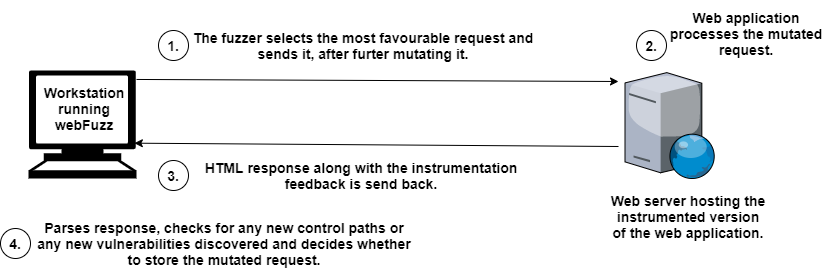
Earlier version of the draw.io export figures/images/architecture.png (mchara01/webFuzz_Thesis). Source tidied: cells renumbered, new cells last; positions are measured from the earlier drawing's top-left corner, leaving out a move shared by most shapes. Its diagram source:
```xml
<mxGraphModel>
  <root>
    <mxCell id="0" />
    <mxCell id="1" parent="0" />
    <mxCell id="2" style="shape=mxgraph.signs.tech.computer;html=1;fillColor=#000000;strokeColor=none;verticalLabelPosition=bottom;verticalAlign=top;align=center;" parent="1" vertex="1">
      <mxGeometry x="28" y="70" width="108" height="108" as="geometry" />
    </mxCell>
    <mxCell id="3" value="&lt;b&gt;&lt;font style=&quot;font-size: 14px&quot;&gt;Workstation running webFuzz&lt;/font&gt;&lt;/b&gt;" style="text;html=1;strokeColor=none;fillColor=none;align=center;verticalAlign=middle;whiteSpace=wrap;rounded=0;" parent="1" vertex="1">
      <mxGeometry x="36" y="72" width="96" height="72" as="geometry" />
    </mxCell>
    <mxCell id="4" style="verticalLabelPosition=bottom;html=1;verticalAlign=top;strokeColor=none;align=center;shape=mxgraph.citrix.web_server;" parent="1" vertex="1">
      <mxGeometry x="624.5" y="72.1" width="90" height="105.9" as="geometry" />
    </mxCell>
    <mxCell id="5" style="endArrow=classic;html=1;exitX=1;exitY=0.083;exitDx=0;exitDy=0;exitPerimeter=0;" parent="1" edge="1" source="2">
      <mxGeometry relative="1" as="geometry">
        <mxPoint x="618" y="81" as="targetPoint" />
      </mxGeometry>
    </mxCell>
    <mxCell id="6" style="endArrow=classic;html=1;entryX=0.98;entryY=0.673;entryDx=0;entryDy=0;entryPerimeter=0;" parent="1" edge="1" target="2">
      <mxGeometry relative="1" as="geometry">
        <mxPoint x="618" y="146" as="sourcePoint" />
      </mxGeometry>
    </mxCell>
    <mxCell id="7" value="&lt;b&gt;&lt;font style=&quot;font-size: 14px&quot;&gt;Web server hosting the instrumented version of the web application.&lt;/font&gt;&lt;/b&gt;" style="text;html=1;strokeColor=none;fillColor=none;align=center;verticalAlign=middle;whiteSpace=wrap;rounded=0;" parent="1" vertex="1">
      <mxGeometry x="608" y="190" width="160" height="52" as="geometry" />
    </mxCell>
    <mxCell id="8" value="&lt;b&gt;&lt;font style=&quot;font-size: 14px&quot;&gt;1.&lt;/font&gt;&lt;/b&gt;" style="ellipse;whiteSpace=wrap;html=1;" parent="1" vertex="1">
      <mxGeometry x="158" y="30" width="30" height="30" as="geometry" />
    </mxCell>
    <mxCell id="9" value="&lt;b&gt;&lt;font style=&quot;font-size: 14px&quot;&gt;The fuzzer selects the most favourable request and sends it, after furter mutating it.&lt;/font&gt;&lt;/b&gt;" style="text;html=1;strokeColor=none;fillColor=none;align=center;verticalAlign=middle;whiteSpace=wrap;rounded=0;" parent="1" vertex="1">
      <mxGeometry x="188" y="25" width="350" height="40" as="geometry" />
    </mxCell>
    <mxCell id="10" value="&lt;b&gt;&lt;font style=&quot;font-size: 14px&quot;&gt;Web application processes the mutated request.&lt;/font&gt;&lt;/b&gt;" style="text;html=1;strokeColor=none;fillColor=none;align=center;verticalAlign=middle;whiteSpace=wrap;rounded=0;" parent="1" vertex="1">
      <mxGeometry x="666" width="160" height="65" as="geometry" />
    </mxCell>
    <mxCell id="11" value="&lt;b&gt;&lt;font style=&quot;font-size: 14px&quot;&gt;HTML response along with the instrumentation feedback is send back.&lt;/font&gt;&lt;/b&gt;" style="text;html=1;strokeColor=none;fillColor=none;align=center;verticalAlign=middle;whiteSpace=wrap;rounded=0;" parent="1" vertex="1">
      <mxGeometry x="186" y="160" width="350" height="30" as="geometry" />
    </mxCell>
    <mxCell id="12" value="&lt;b&gt;&lt;font style=&quot;font-size: 14px&quot;&gt;Parses response, checks for any new control paths or any new vulnerabilities discovered and decides whether to store the mutated request.&lt;/font&gt;&lt;/b&gt;" style="text;html=1;strokeColor=none;fillColor=none;align=center;verticalAlign=middle;whiteSpace=wrap;rounded=0;" parent="1" vertex="1">
      <mxGeometry x="34" y="213" width="380" height="60" as="geometry" />
    </mxCell>
    <mxCell id="13" value="&lt;b&gt;&lt;font style=&quot;font-size: 14px&quot;&gt;3.&lt;/font&gt;&lt;/b&gt;" style="ellipse;whiteSpace=wrap;html=1;" parent="1" vertex="1">
      <mxGeometry x="158" y="160" width="30" height="30" as="geometry" />
    </mxCell>
    <mxCell id="14" value="&lt;b&gt;&lt;font style=&quot;font-size: 14px&quot;&gt;2.&lt;/font&gt;&lt;/b&gt;" style="ellipse;whiteSpace=wrap;html=1;" parent="1" vertex="1">
      <mxGeometry x="636" y="30" width="30" height="30" as="geometry" />
    </mxCell>
    <mxCell id="15" value="&lt;b&gt;&lt;font style=&quot;font-size: 14px&quot;&gt;4.&lt;/font&gt;&lt;/b&gt;" style="ellipse;whiteSpace=wrap;html=1;" parent="1" vertex="1">
      <mxGeometry y="228" width="30" height="30" as="geometry" />
    </mxCell>
  </root>
</mxGraphModel>
```
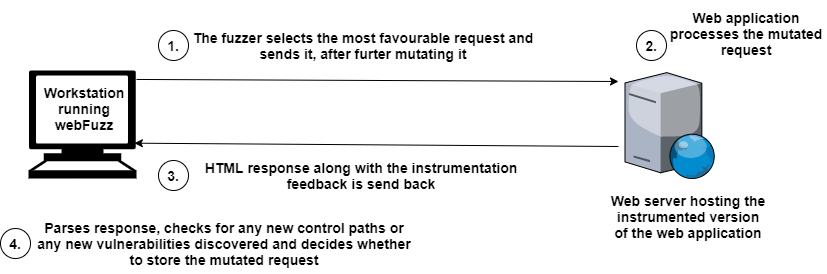
Later version of the same file.

What changed in the source:
```diff
@@ -21,22 +21,22 @@
         <mxPoint x="618" y="146" as="sourcePoint" />
       </mxGeometry>
     </mxCell>
-    <mxCell id="7" value="&lt;b&gt;&lt;font style=&quot;font-size: 14px&quot;&gt;Web server hosting the instrumented version of the web application.&lt;/font&gt;&lt;/b&gt;" style="text;html=1;strokeColor=none;fillColor=none;align=center;verticalAlign=middle;whiteSpace=wrap;rounded=0;" parent="1" vertex="1">
+    <mxCell id="7" value="&lt;b&gt;&lt;font style=&quot;font-size: 14px&quot;&gt;Web server hosting the instrumented version of the web application&lt;/font&gt;&lt;/b&gt;" style="text;html=1;strokeColor=none;fillColor=none;align=center;verticalAlign=middle;whiteSpace=wrap;rounded=0;" parent="1" vertex="1">
       <mxGeometry x="608" y="190" width="160" height="52" as="geometry" />
     </mxCell>
     <mxCell id="8" value="&lt;b&gt;&lt;font style=&quot;font-size: 14px&quot;&gt;1.&lt;/font&gt;&lt;/b&gt;" style="ellipse;whiteSpace=wrap;html=1;" parent="1" vertex="1">
       <mxGeometry x="158" y="30" width="30" height="30" as="geometry" />
     </mxCell>
-    <mxCell id="9" value="&lt;b&gt;&lt;font style=&quot;font-size: 14px&quot;&gt;The fuzzer selects the most favourable request and sends it, after furter mutating it.&lt;/font&gt;&lt;/b&gt;" style="text;html=1;strokeColor=none;fillColor=none;align=center;verticalAlign=middle;whiteSpace=wrap;rounded=0;" parent="1" vertex="1">
+    <mxCell id="9" value="&lt;b&gt;&lt;font style=&quot;font-size: 14px&quot;&gt;The fuzzer selects the most favourable request and sends it, after furter mutating it&lt;/font&gt;&lt;/b&gt;" style="text;html=1;strokeColor=none;fillColor=none;align=center;verticalAlign=middle;whiteSpace=wrap;rounded=0;" parent="1" vertex="1">
       <mxGeometry x="188" y="25" width="350" height="40" as="geometry" />
     </mxCell>
-    <mxCell id="10" value="&lt;b&gt;&lt;font style=&quot;font-size: 14px&quot;&gt;Web application processes the mutated request.&lt;/font&gt;&lt;/b&gt;" style="text;html=1;strokeColor=none;fillColor=none;align=center;verticalAlign=middle;whiteSpace=wrap;rounded=0;" parent="1" vertex="1">
+    <mxCell id="10" value="&lt;b&gt;&lt;font style=&quot;font-size: 14px&quot;&gt;Web application processes the mutated request&lt;/font&gt;&lt;/b&gt;" style="text;html=1;strokeColor=none;fillColor=none;align=center;verticalAlign=middle;whiteSpace=wrap;rounded=0;" parent="1" vertex="1">
       <mxGeometry x="666" width="160" height="65" as="geometry" />
     </mxCell>
-    <mxCell id="11" value="&lt;b&gt;&lt;font style=&quot;font-size: 14px&quot;&gt;HTML response along with the instrumentation feedback is send back.&lt;/font&gt;&lt;/b&gt;" style="text;html=1;strokeColor=none;fillColor=none;align=center;verticalAlign=middle;whiteSpace=wrap;rounded=0;" parent="1" vertex="1">
+    <mxCell id="11" value="&lt;b&gt;&lt;font style=&quot;font-size: 14px&quot;&gt;HTML response along with the instrumentation feedback is send back&lt;/font&gt;&lt;/b&gt;" style="text;html=1;strokeColor=none;fillColor=none;align=center;verticalAlign=middle;whiteSpace=wrap;rounded=0;" parent="1" vertex="1">
       <mxGeometry x="186" y="160" width="350" height="30" as="geometry" />
     </mxCell>
-    <mxCell id="12" value="&lt;b&gt;&lt;font style=&quot;font-size: 14px&quot;&gt;Parses response, checks for any new control paths or any new vulnerabilities discovered and decides whether to store the mutated request.&lt;/font&gt;&lt;/b&gt;" style="text;html=1;strokeColor=none;fillColor=none;align=center;verticalAlign=middle;whiteSpace=wrap;rounded=0;" parent="1" vertex="1">
+    <mxCell id="12" value="&lt;b&gt;&lt;font style=&quot;font-size: 14px&quot;&gt;Parses response, checks for any new control paths or any new vulnerabilities discovered and decides whether to store the mutated request&lt;/font&gt;&lt;/b&gt;" style="text;html=1;strokeColor=none;fillColor=none;align=center;verticalAlign=middle;whiteSpace=wrap;rounded=0;" parent="1" vertex="1">
       <mxGeometry x="34" y="213" width="380" height="60" as="geometry" />
     </mxCell>
     <mxCell id="13" value="&lt;b&gt;&lt;font style=&quot;font-size: 14px&quot;&gt;3.&lt;/font&gt;&lt;/b&gt;" style="ellipse;whiteSpace=wrap;html=1;" parent="1" vertex="1">
```
